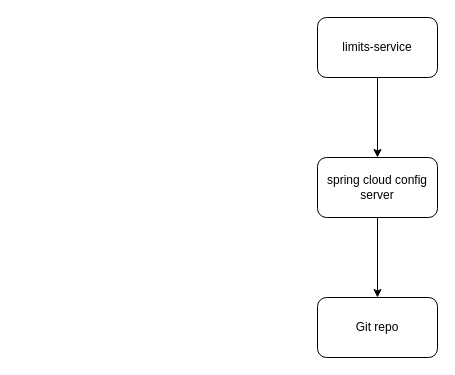
Earlier version of the draw.io diagram Untitled Diagram.drawio (sohin-shah/drawio). Source tidied: cells renumbered, new cells numbered last; positions are measured from the earlier drawing's top-left corner, leaving out a move shared by most shapes. Both pictures are drawn from the tidied source at 100%, with x=0, y=0 at pixel (317, 17).
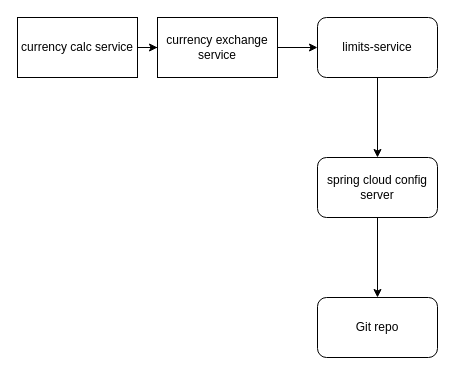
After the change.

Change to the diagram source:
```diff
@@
 <mxGraphModel>
   <root>
     <mxCell id="0" />
     <mxCell id="1" parent="0" />
     <mxCell id="2" style="edgeStyle=orthogonalEdgeStyle;rounded=0;jettySize=auto;html=1;" parent="1" edge="1" source="3" target="5">
       <mxGeometry relative="1" as="geometry" />
     </mxCell>
     <mxCell id="3" value="limits-service" style="rounded=1;whiteSpace=wrap;html=1;" parent="1" vertex="1">
       <mxGeometry width="120" height="60" as="geometry" />
     </mxCell>
     <mxCell id="4" style="edgeStyle=orthogonalEdgeStyle;rounded=0;jettySize=auto;html=1;" parent="1" edge="1" source="5" target="6">
       <mxGeometry relative="1" as="geometry" />
     </mxCell>
     <mxCell id="5" value="spring cloud config server" style="whiteSpace=wrap;html=1;rounded=1;" parent="1" vertex="1">
       <mxGeometry y="140" width="120" height="60" as="geometry" />
     </mxCell>
     <mxCell id="6" value="Git repo" style="whiteSpace=wrap;html=1;rounded=1;" parent="1" vertex="1">
       <mxGeometry y="280" width="120" height="60" as="geometry" />
     </mxCell>
+    <mxCell id="7" style="edgeStyle=orthogonalEdgeStyle;rounded=0;jettySize=auto;html=1;" parent="1" edge="1" source="8" target="10">
+      <mxGeometry relative="1" as="geometry" />
+    </mxCell>
+    <mxCell id="8" value="currency calc service" style="rounded=0;whiteSpace=wrap;html=1;" parent="1" vertex="1">
+      <mxGeometry x="-300" width="120" height="60" as="geometry" />
+    </mxCell>
+    <mxCell id="9" style="edgeStyle=orthogonalEdgeStyle;rounded=0;jettySize=auto;html=1;" parent="1" edge="1" source="10" target="3">
+      <mxGeometry relative="1" as="geometry" />
+    </mxCell>
+    <mxCell id="10" value="currency exchange service" style="whiteSpace=wrap;html=1;rounded=0;" parent="1" vertex="1">
+      <mxGeometry x="-160" width="120" height="60" as="geometry" />
+    </mxCell>
   </root>
 </mxGraphModel>
```
